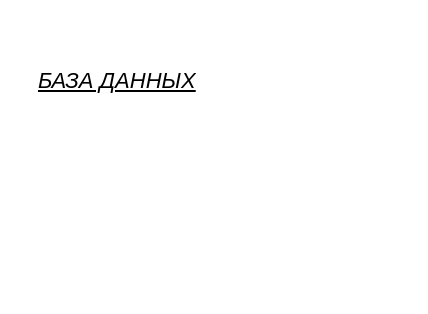
User-cyber-new/mebkuch keeps this draw.io diagram as page "таски" (3 of 4) of мебкух.drawio. Above is the earlier version. Source tidied: cells renumbered, new cells numbered last; positions are measured from the earlier drawing's top-left corner, leaving out a move shared by most shapes. Both pictures are drawn from the tidied source at 200%, with x=0, y=0 at pixel (34, 34).
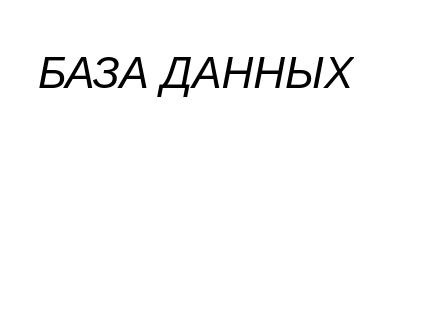
The same page after the edit.

What changed in the source:
```diff
@@
 <mxGraphModel>
   <root>
     <mxCell id="0" />
     <mxCell id="1" parent="0" />
-    <mxCell id="2" value="&lt;h1 style=&quot;margin-top: 0px;&quot;&gt;&lt;div style=&quot;text-align: justify;&quot;&gt;&lt;i style=&quot;color: light-dark(rgb(0, 0, 0), rgb(255, 255, 255)); font-weight: normal; font-size: 11px;&quot;&gt;&lt;u&gt;БАЗА ДАННЫХ&lt;/u&gt;&lt;/i&gt;&lt;/div&gt;&lt;div style=&quot;text-align: justify;&quot;&gt;&lt;br&gt;&lt;/div&gt;&lt;/h1&gt;" style="text;html=1;whiteSpace=wrap;overflow=hidden;rounded=0;fontFamily=Helvetica;fontSize=11;fontColor=default;labelBackgroundColor=default;" parent="1" vertex="1">
+    <mxCell id="2" value="&lt;h1 style=&quot;margin-top: 0px;&quot;&gt;&lt;span style=&quot;background-color: light-dark(#ffffff, var(--ge-dark-color, #121212)); color: light-dark(rgb(0, 0, 0), rgb(255, 255, 255)); font-weight: normal;&quot;&gt;&lt;i&gt;БАЗА ДАННЫХ&lt;br&gt;&lt;/i&gt;&lt;/span&gt;&lt;br&gt;&lt;/h1&gt;" style="text;html=1;whiteSpace=wrap;overflow=hidden;rounded=0;fontFamily=Helvetica;fontSize=11;fontColor=default;labelBackgroundColor=default;" parent="1" vertex="1">
       <mxGeometry width="180" height="120" as="geometry" />
     </mxCell>
   </root>
 </mxGraphModel>
```
